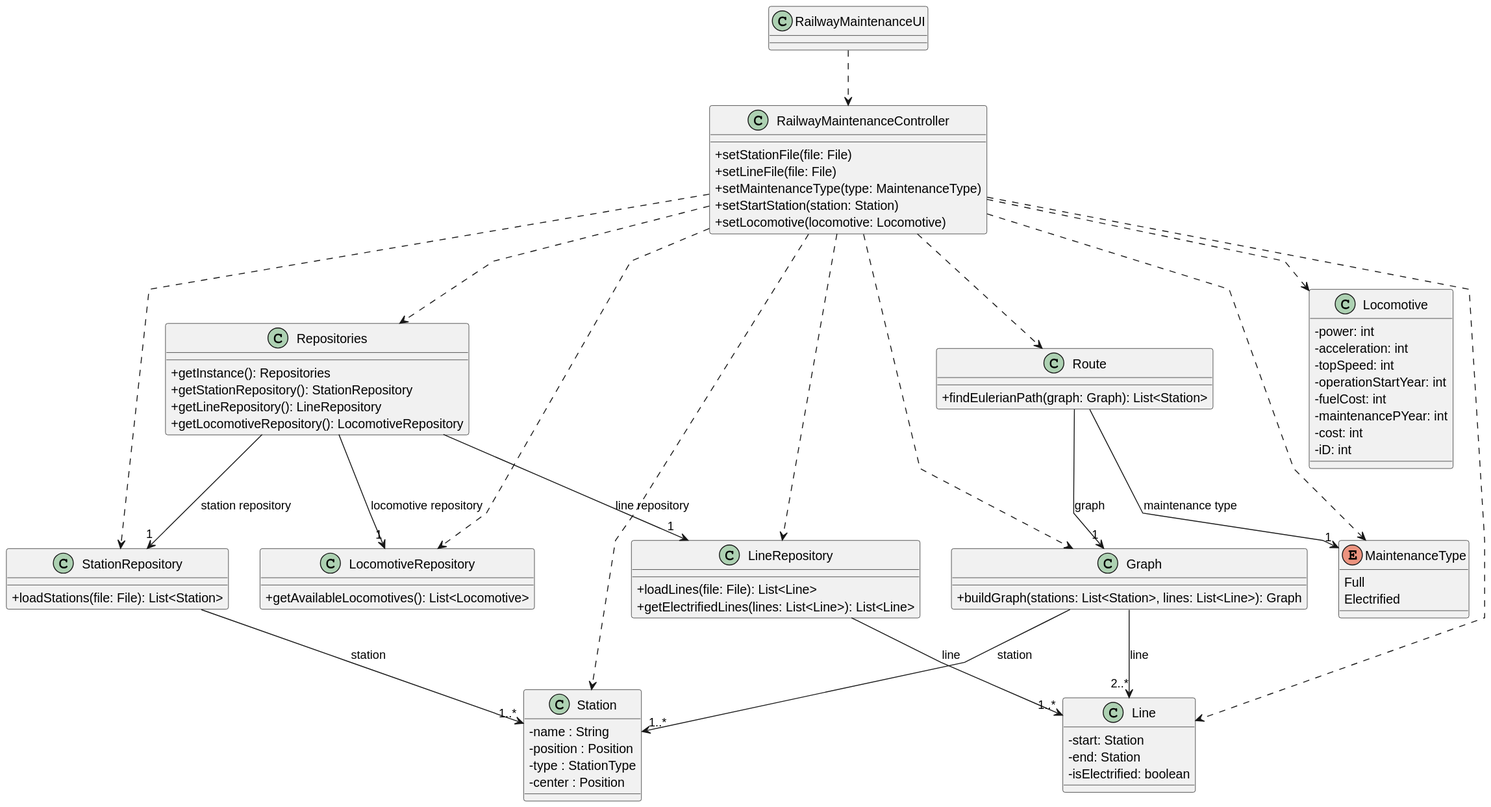
Earlier version of the PlantUML export Sprint2/US014/03.design/svg/US014-CD.svg (1240935/pi2-railway-simulator).
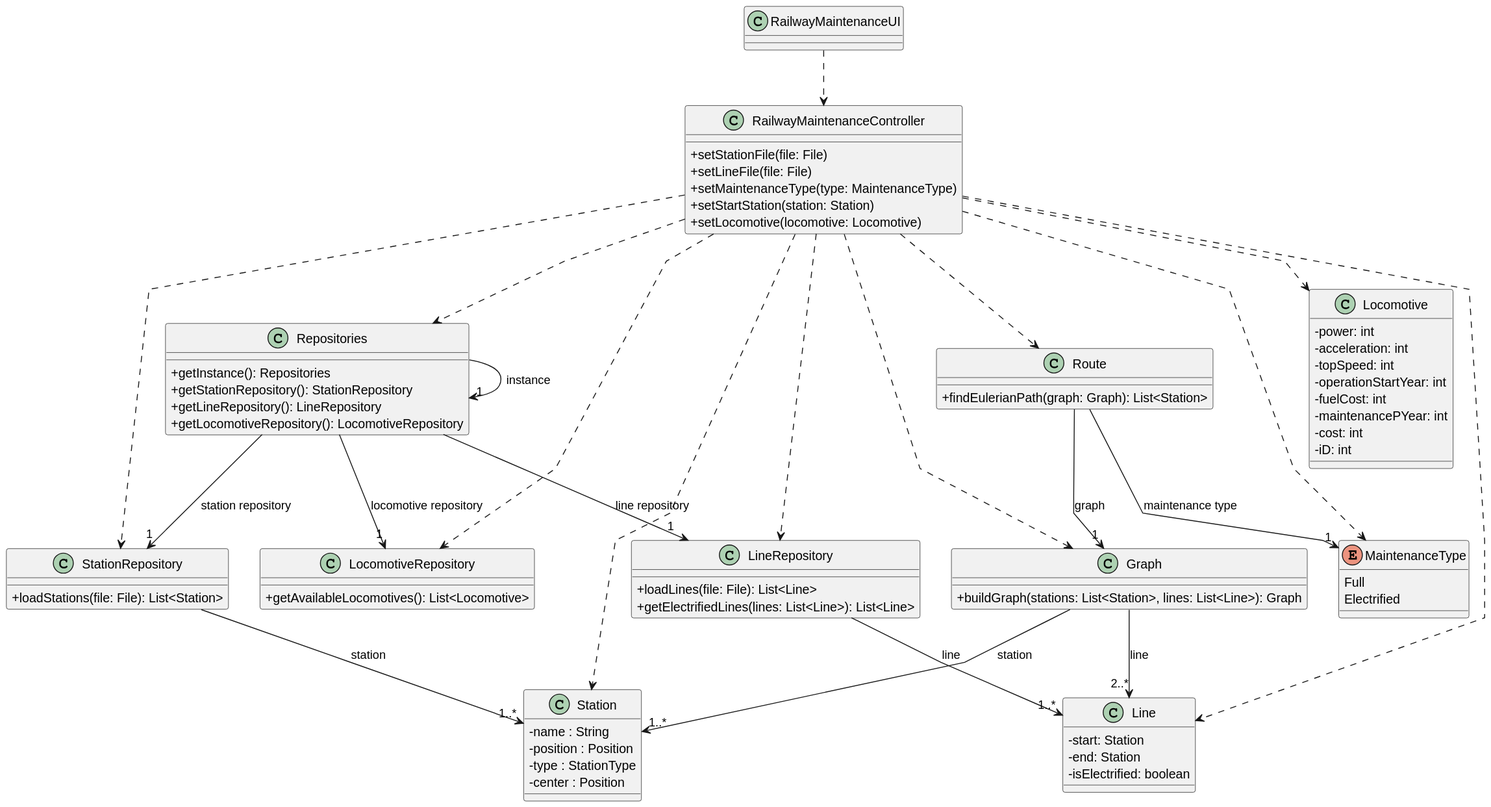
The same file after the commit.

Change to the diagram source:
```diff
@@ -87,6 +87,7 @@
 RailwayMaintenanceController ..> Line
 RailwayMaintenanceController ..> Locomotive
 
+Repositories -> "1" Repositories : instance
 Repositories --> "1" StationRepository : station repository
 Repositories --> "1" LineRepository : line repository
 Repositories --> "1" LocomotiveRepository : locomotive repository
```
